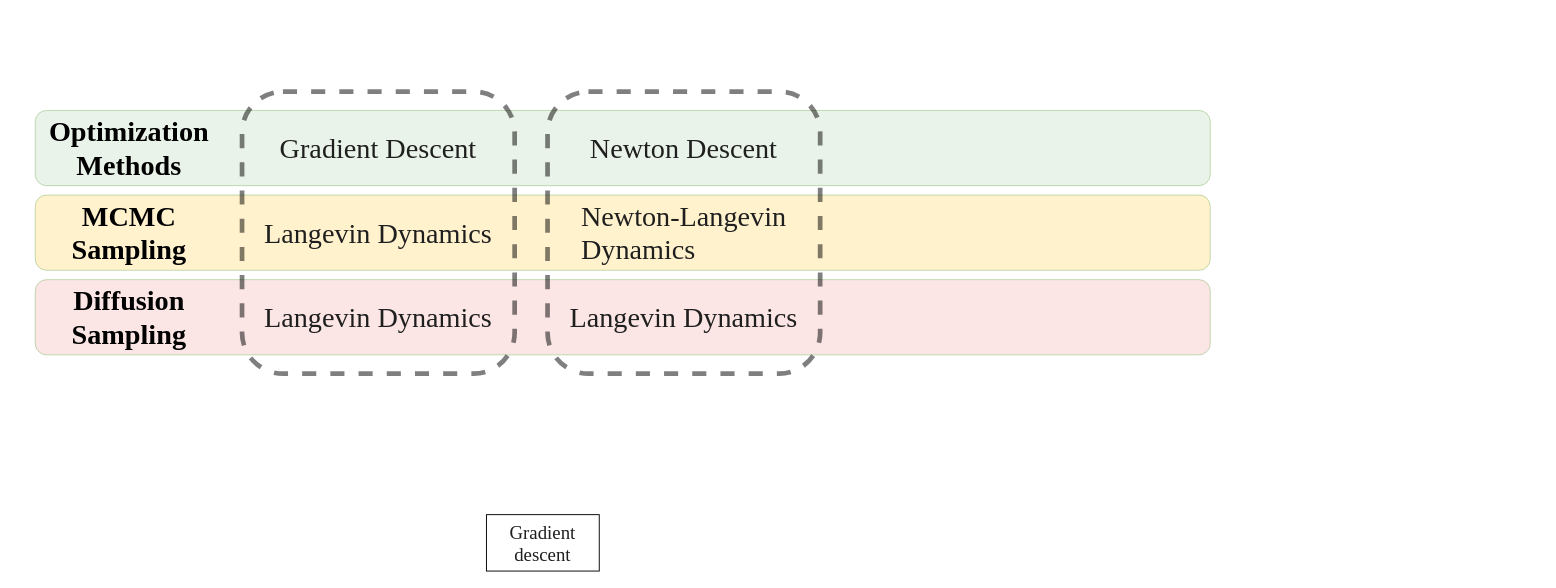
The draw.io diagram newton_algos.drawio in zituitui/drawio, before the edit. Source tidied: cells renumbered, new cells numbered last; positions are measured from the earlier drawing's top-left corner, leaving out a move shared by most shapes. Both pictures are drawn from the tidied source at 94%, with x=0, y=0 at pixel (35, 91).
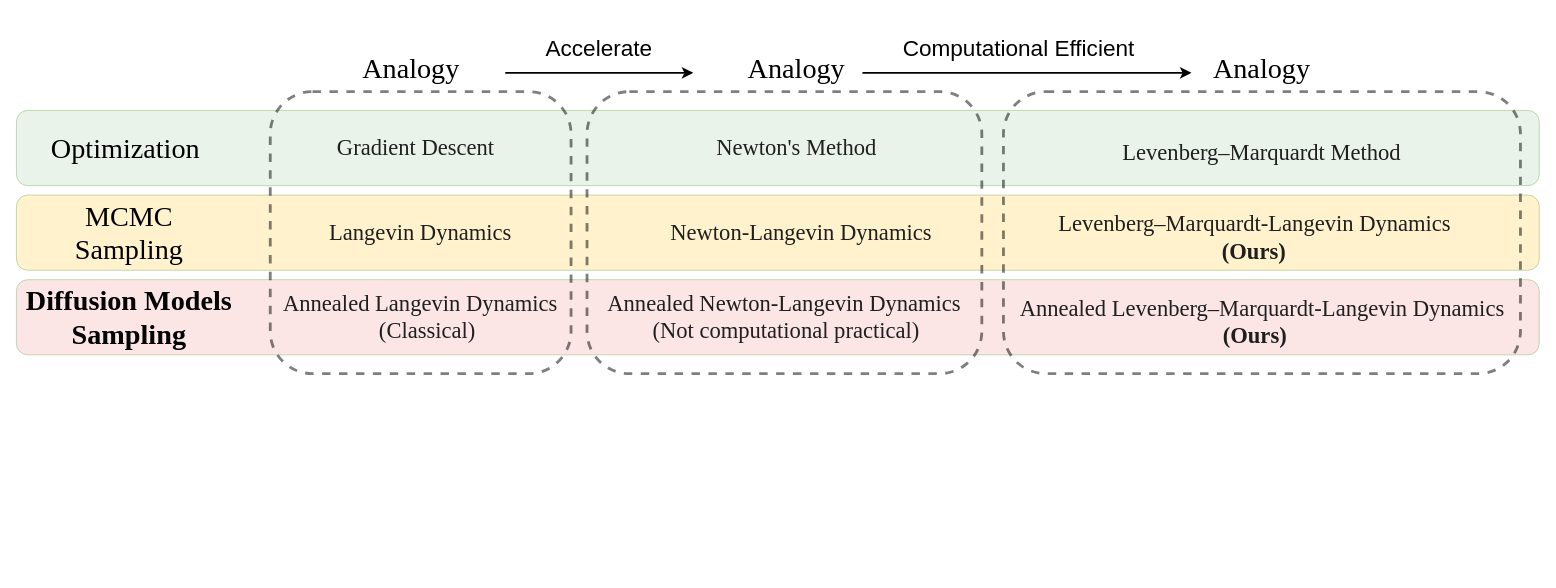
Above is the later version.

Diff of the diagram source:
```diff
@@
     <mxCell id="2" style="rounded=1;whiteSpace=wrap;html=1;fillColor=#d5e8d4;strokeColor=#82b366;opacity=50;" parent="1" vertex="1">
-      <mxGeometry y="20" width="1250" height="80" as="geometry" />
+      <mxGeometry x="-20" y="20" width="1620" height="80" as="geometry" />
     </mxCell>
     <mxCell id="3" style="rounded=1;whiteSpace=wrap;html=1;fillColor=#FFE599;strokeColor=#82b366;opacity=50;" parent="1" vertex="1">
-      <mxGeometry y="110" width="1250" height="80" as="geometry" />
+      <mxGeometry x="-20" y="110" width="1620" height="80" as="geometry" />
     </mxCell>
     <mxCell id="4" style="rounded=1;whiteSpace=wrap;html=1;fillColor=#F8CECC;strokeColor=#82b366;opacity=50;" parent="1" vertex="1">
-      <mxGeometry y="200" width="1250" height="80" as="geometry" />
+      <mxGeometry x="-20" y="200" width="1620" height="80" as="geometry" />
     </mxCell>
-    <mxCell id="5" style="rounded=1;whiteSpace=wrap;html=1;fillColor=none;strokeColor=#000000;opacity=50;dashed=1;strokeWidth=5;" parent="1" vertex="1">
-      <mxGeometry x="220" width="290" height="300" as="geometry" />
+    <mxCell id="5" style="rounded=1;whiteSpace=wrap;html=1;fillColor=none;strokeColor=#000000;opacity=50;dashed=1;strokeWidth=3;" parent="1" vertex="1">
+      <mxGeometry x="250" width="320" height="300" as="geometry" />
     </mxCell>
-    <mxCell id="6" value="&lt;font face=&quot;Times New Roman&quot; style=&quot;font-size: 30px;&quot;&gt;&lt;b&gt;Optimization Methods&lt;/b&gt;&lt;/font&gt;" style="text;html=1;align=center;verticalAlign=middle;whiteSpace=wrap;rounded=0;" parent="1" vertex="1">
+    <mxCell id="6" value="&lt;font face=&quot;Times New Roman&quot; style=&quot;font-size: 30px;&quot;&gt;Optimization&amp;nbsp;&lt;/font&gt;" style="text;html=1;align=center;verticalAlign=middle;whiteSpace=wrap;rounded=0;" parent="1" vertex="1">
       <mxGeometry x="70" y="25" width="60" height="70" as="geometry" />
     </mxCell>
-    <mxCell id="7" value="&lt;font face=&quot;Times New Roman&quot; style=&quot;font-size: 30px;&quot;&gt;&lt;b&gt;MCMC Sampling&lt;/b&gt;&lt;/font&gt;" style="text;html=1;align=center;verticalAlign=middle;whiteSpace=wrap;rounded=0;" parent="1" vertex="1">
+    <mxCell id="7" value="&lt;font face=&quot;Times New Roman&quot; style=&quot;font-size: 30px;&quot;&gt;MCMC Sampling&lt;/font&gt;" style="text;html=1;align=center;verticalAlign=middle;whiteSpace=wrap;rounded=0;" parent="1" vertex="1">
       <mxGeometry x="70" y="135" width="60" height="30" as="geometry" />
     </mxCell>
-    <mxCell id="8" value="&lt;font face=&quot;Times New Roman&quot; style=&quot;font-size: 30px;&quot;&gt;&lt;b&gt;Diffusion Sampling&lt;/b&gt;&lt;/font&gt;" style="text;html=1;align=center;verticalAlign=middle;whiteSpace=wrap;rounded=0;" parent="1" vertex="1">
-      <mxGeometry x="70" y="225" width="60" height="30" as="geometry" />
+    <mxCell id="8" value="&lt;font face=&quot;Times New Roman&quot; style=&quot;font-size: 30px;&quot;&gt;&lt;b&gt;Diffusion Models Sampling&lt;/b&gt;&lt;/font&gt;" style="text;html=1;align=center;verticalAlign=middle;whiteSpace=wrap;rounded=0;" parent="1" vertex="1">
+      <mxGeometry x="-20" y="225" width="240" height="30" as="geometry" />
     </mxCell>
-    <mxCell id="9" value="&lt;span style=&quot;color: rgb(31, 31, 31); font-size: 20px; text-align: left;&quot;&gt;&lt;font style=&quot;&quot; face=&quot;Times New Roman&quot;&gt;Gradient descent&lt;/font&gt;&lt;/span&gt;" style="rounded=0;whiteSpace=wrap;html=1;fillColor=none;labelBorderColor=none;" parent="1" vertex="1">
-      <mxGeometry x="480" y="450" width="120" height="60" as="geometry" />
-    </mxCell>
-    <mxCell id="10" value="&lt;span style=&quot;color: rgb(31, 31, 31); font-family: &amp;quot;Times New Roman&amp;quot;; text-align: left;&quot;&gt;&lt;font style=&quot;font-size: 30px;&quot;&gt;Gradient Descent&lt;/font&gt;&lt;/span&gt;" style="rounded=1;whiteSpace=wrap;html=1;fillColor=none;strokeColor=none;opacity=30;gradientColor=none;" parent="1" vertex="1">
-      <mxGeometry x="215" y="5" width="300" height="110" as="geometry" />
+    <mxCell id="10" value="&lt;span style=&quot;color: rgb(31, 31, 31); font-family: &amp;quot;Times New Roman&amp;quot;; text-align: left;&quot;&gt;&lt;font style=&quot;font-size: 24px;&quot;&gt;Gradient Descent&lt;/font&gt;&lt;/span&gt;" style="rounded=1;whiteSpace=wrap;html=1;fillColor=none;strokeColor=none;opacity=30;gradientColor=none;" parent="1" vertex="1">
+      <mxGeometry x="255" y="5" width="300" height="110" as="geometry" />
     </mxCell>
-    <mxCell id="11" value="&lt;div style=&quot;text-align: left;&quot;&gt;&lt;span style=&quot;background-color: initial; font-size: 30px;&quot;&gt;&lt;font face=&quot;Times New Roman&quot; color=&quot;#1f1f1f&quot;&gt;Langevin Dynamics&lt;/font&gt;&lt;/span&gt;&lt;/div&gt;" style="rounded=1;whiteSpace=wrap;html=1;fillColor=none;strokeColor=none;opacity=30;gradientColor=none;" parent="1" vertex="1">
-      <mxGeometry x="215" y="95" width="300" height="110" as="geometry" />
+    <mxCell id="11" value="&lt;div style=&quot;text-align: left;&quot;&gt;&lt;span style=&quot;background-color: initial;&quot;&gt;&lt;font style=&quot;font-size: 24px;&quot; face=&quot;Times New Roman&quot; color=&quot;#1f1f1f&quot;&gt;Langevin Dynamics&lt;/font&gt;&lt;/span&gt;&lt;/div&gt;" style="rounded=1;whiteSpace=wrap;html=1;fillColor=none;strokeColor=none;opacity=30;gradientColor=none;" parent="1" vertex="1">
+      <mxGeometry x="260" y="95" width="300" height="110" as="geometry" />
     </mxCell>
-    <mxCell id="12" value="&lt;div style=&quot;text-align: left;&quot;&gt;&lt;span style=&quot;background-color: initial; font-size: 30px;&quot;&gt;&lt;font face=&quot;Times New Roman&quot; color=&quot;#1f1f1f&quot;&gt;Langevin Dynamics&lt;/font&gt;&lt;/span&gt;&lt;/div&gt;" style="rounded=1;whiteSpace=wrap;html=1;fillColor=none;strokeColor=none;opacity=30;gradientColor=none;" parent="1" vertex="1">
-      <mxGeometry x="215" y="185" width="300" height="110" as="geometry" />
+    <mxCell id="12" value="&lt;div style=&quot;text-align: left;&quot;&gt;&lt;span style=&quot;background-color: initial;&quot;&gt;&lt;font style=&quot;font-size: 24px;&quot; face=&quot;Times New Roman&quot; color=&quot;#1f1f1f&quot;&gt;Annealed Langevin Dynamics&lt;/font&gt;&lt;/span&gt;&lt;/div&gt;&lt;div style=&quot;text-align: left;&quot;&gt;&lt;span style=&quot;background-color: initial;&quot;&gt;&lt;font style=&quot;font-size: 24px;&quot; face=&quot;Times New Roman&quot; color=&quot;#1f1f1f&quot;&gt;&amp;nbsp; &amp;nbsp; &amp;nbsp; &amp;nbsp; &amp;nbsp; &amp;nbsp; &amp;nbsp; &amp;nbsp; &amp;nbsp;(Classical)&lt;/font&gt;&lt;/span&gt;&lt;/div&gt;" style="rounded=1;whiteSpace=wrap;html=1;fillColor=none;strokeColor=none;opacity=30;gradientColor=none;" parent="1" vertex="1">
+      <mxGeometry x="260" y="185" width="300" height="110" as="geometry" />
     </mxCell>
-    <mxCell id="13" style="rounded=1;whiteSpace=wrap;html=1;fillColor=none;strokeColor=#000000;opacity=50;dashed=1;strokeWidth=5;" parent="1" vertex="1">
-      <mxGeometry x="545" width="290" height="300" as="geometry" />
+    <mxCell id="13" style="rounded=1;whiteSpace=wrap;html=1;fillColor=none;strokeColor=#000000;opacity=50;dashed=1;strokeWidth=3;" parent="1" vertex="1">
+      <mxGeometry x="587" width="420" height="300" as="geometry" />
     </mxCell>
-    <mxCell id="14" value="&lt;span style=&quot;color: rgb(31, 31, 31); font-family: &amp;quot;Times New Roman&amp;quot;; text-align: left;&quot;&gt;&lt;font style=&quot;font-size: 30px;&quot;&gt;Newton Descent&lt;/font&gt;&lt;/span&gt;" style="rounded=1;whiteSpace=wrap;html=1;fillColor=none;strokeColor=none;opacity=30;gradientColor=none;" parent="1" vertex="1">
-      <mxGeometry x="540" y="5" width="300" height="110" as="geometry" />
+    <mxCell id="14" value="&lt;span style=&quot;color: rgb(31, 31, 31); font-family: &amp;quot;Times New Roman&amp;quot;; text-align: left;&quot;&gt;&lt;font style=&quot;font-size: 24px;&quot;&gt;Newton's Method&lt;/font&gt;&lt;/span&gt;" style="rounded=1;whiteSpace=wrap;html=1;fillColor=none;strokeColor=none;opacity=30;gradientColor=none;" parent="1" vertex="1">
+      <mxGeometry x="660" y="5" width="300" height="110" as="geometry" />
     </mxCell>
-    <mxCell id="15" value="&lt;div style=&quot;text-align: left;&quot;&gt;&lt;span style=&quot;background-color: initial; font-size: 30px;&quot;&gt;&lt;font face=&quot;Times New Roman&quot; color=&quot;#1f1f1f&quot;&gt;Newton-Langevin Dynamics&lt;/font&gt;&lt;/span&gt;&lt;/div&gt;" style="rounded=1;whiteSpace=wrap;html=1;fillColor=none;strokeColor=none;opacity=30;gradientColor=none;" parent="1" vertex="1">
-      <mxGeometry x="580" y="95" width="300" height="110" as="geometry" />
+    <mxCell id="15" value="&lt;div style=&quot;text-align: left;&quot;&gt;&lt;span style=&quot;background-color: initial;&quot;&gt;&lt;font style=&quot;font-size: 24px;&quot; face=&quot;Times New Roman&quot; color=&quot;#1f1f1f&quot;&gt;Newton-Langevin Dynamics&lt;/font&gt;&lt;/span&gt;&lt;/div&gt;" style="rounded=1;whiteSpace=wrap;html=1;fillColor=none;strokeColor=none;opacity=30;gradientColor=none;" parent="1" vertex="1">
+      <mxGeometry x="635" y="95" width="360" height="110" as="geometry" />
     </mxCell>
-    <mxCell id="16" value="&lt;div style=&quot;text-align: left;&quot;&gt;&lt;span style=&quot;background-color: initial; font-size: 30px;&quot;&gt;&lt;font face=&quot;Times New Roman&quot; color=&quot;#1f1f1f&quot;&gt;Langevin Dynamics&lt;/font&gt;&lt;/span&gt;&lt;/div&gt;" style="rounded=1;whiteSpace=wrap;html=1;fillColor=none;strokeColor=none;opacity=30;gradientColor=none;" parent="1" vertex="1">
-      <mxGeometry x="540" y="185" width="300" height="110" as="geometry" />
+    <mxCell id="16" value="&lt;div style=&quot;text-align: left;&quot;&gt;&lt;span style=&quot;color: rgb(31, 31, 31); font-family: &amp;quot;Times New Roman&amp;quot;; font-size: 24px;&quot;&gt;Annealed Newton-Langevin Dynamics&lt;/span&gt;&lt;br&gt;&lt;/div&gt;&lt;div style=&quot;text-align: left;&quot;&gt;&lt;span style=&quot;color: rgb(31, 31, 31); font-family: &amp;quot;Times New Roman&amp;quot;; font-size: 24px;&quot;&gt;&amp;nbsp; &amp;nbsp; &amp;nbsp; &amp;nbsp; (Not computational practical)&lt;/span&gt;&lt;/div&gt;" style="rounded=1;whiteSpace=wrap;html=1;fillColor=none;strokeColor=none;opacity=30;gradientColor=none;" parent="1" vertex="1">
+      <mxGeometry x="607" y="185" width="380" height="110" as="geometry" />
     </mxCell>
+    <mxCell id="17" value="&lt;div style=&quot;text-align: left;&quot;&gt;&lt;span style=&quot;background-color: initial; font-size: 30px;&quot;&gt;&lt;font face=&quot;Times New Roman&quot;&gt;Analogy&lt;/font&gt;&lt;/span&gt;&lt;/div&gt;" style="rounded=1;whiteSpace=wrap;html=1;fillColor=none;strokeColor=none;opacity=30;gradientColor=none;" parent="1" vertex="1">
+      <mxGeometry x="250" y="-80" width="300" height="110" as="geometry" />
+    </mxCell>
+    <mxCell id="18" value="&lt;div style=&quot;text-align: left;&quot;&gt;&lt;span style=&quot;background-color: initial; font-size: 30px;&quot;&gt;&lt;font face=&quot;Times New Roman&quot;&gt;Analogy&lt;/font&gt;&lt;/span&gt;&lt;/div&gt;" style="rounded=1;whiteSpace=wrap;html=1;fillColor=none;strokeColor=none;opacity=30;gradientColor=none;" parent="1" vertex="1">
+      <mxGeometry x="660" y="-80" width="300" height="110" as="geometry" />
+    </mxCell>
+    <mxCell id="19" style="rounded=1;whiteSpace=wrap;html=1;fillColor=none;strokeColor=#000000;opacity=50;dashed=1;strokeWidth=3;" parent="1" vertex="1">
+      <mxGeometry x="1030" width="550" height="300" as="geometry" />
+    </mxCell>
+    <mxCell id="20" value="&lt;span style=&quot;text-align: left;&quot;&gt;&lt;font style=&quot;&quot;&gt;&lt;font face=&quot;Times New Roman&quot; color=&quot;#1f1f1f&quot;&gt;&lt;span style=&quot;font-size: 24px;&quot;&gt;Levenberg–Marquardt&amp;nbsp;Method&lt;/span&gt;&lt;/font&gt;&lt;/font&gt;&lt;/span&gt;" style="rounded=1;whiteSpace=wrap;html=1;fillColor=none;strokeColor=none;opacity=30;gradientColor=none;" parent="1" vertex="1">
+      <mxGeometry x="1140" y="10" width="330" height="110" as="geometry" />
+    </mxCell>
+    <mxCell id="21" value="&lt;div style=&quot;text-align: left;&quot;&gt;&lt;span style=&quot;color: rgb(31, 31, 31); font-family: &amp;quot;Times New Roman&amp;quot;; font-size: 24px; background-color: initial;&quot;&gt;Levenberg–Marquardt&lt;/span&gt;&lt;span style=&quot;background-color: initial;&quot;&gt;&lt;font style=&quot;font-size: 24px;&quot; face=&quot;Times New Roman&quot; color=&quot;#1f1f1f&quot;&gt;-Langevin Dynamics&lt;/font&gt;&lt;/span&gt;&lt;/div&gt;&lt;div style=&quot;text-align: left;&quot;&gt;&lt;span style=&quot;background-color: initial;&quot;&gt;&lt;font style=&quot;font-size: 24px;&quot; face=&quot;Times New Roman&quot; color=&quot;#1f1f1f&quot;&gt;&amp;nbsp; &amp;nbsp; &amp;nbsp; &amp;nbsp; &amp;nbsp; &amp;nbsp; &amp;nbsp; &amp;nbsp; &amp;nbsp; &amp;nbsp; &amp;nbsp; &amp;nbsp; &amp;nbsp; &amp;nbsp; &amp;nbsp;&lt;b&gt;(Ours)&lt;/b&gt;&lt;/font&gt;&lt;/span&gt;&lt;/div&gt;" style="rounded=1;whiteSpace=wrap;html=1;fillColor=none;strokeColor=none;opacity=30;gradientColor=none;" parent="1" vertex="1">
+      <mxGeometry x="1085" y="100" width="425" height="110" as="geometry" />
+    </mxCell>
+    <mxCell id="22" value="&lt;div style=&quot;text-align: left;&quot;&gt;&lt;span style=&quot;color: rgb(31, 31, 31); font-family: &amp;quot;Times New Roman&amp;quot;; font-size: 24px;&quot;&gt;Annealed&amp;nbsp;&lt;/span&gt;&lt;span style=&quot;background-color: initial; color: rgb(31, 31, 31); font-family: &amp;quot;Times New Roman&amp;quot;; font-size: 24px;&quot;&gt;Levenberg–Marquardt&lt;/span&gt;&lt;span style=&quot;background-color: initial;&quot;&gt;&lt;font style=&quot;font-size: 24px;&quot; face=&quot;Times New Roman&quot; color=&quot;#1f1f1f&quot;&gt;-Langevin&lt;/font&gt;&lt;/span&gt;&lt;span style=&quot;color: rgb(31, 31, 31); font-family: &amp;quot;Times New Roman&amp;quot;; font-size: 24px;&quot;&gt;&amp;nbsp;Dynamics&lt;/span&gt;&lt;br&gt;&lt;/div&gt;&lt;div style=&quot;text-align: left;&quot;&gt;&lt;span style=&quot;color: rgb(31, 31, 31); font-family: &amp;quot;Times New Roman&amp;quot;; font-size: 24px;&quot;&gt;&amp;nbsp; &amp;nbsp; &amp;nbsp; &amp;nbsp; &amp;nbsp; &amp;nbsp; &amp;nbsp; &amp;nbsp; &amp;nbsp; &amp;nbsp; &amp;nbsp; &amp;nbsp; &amp;nbsp; &amp;nbsp; &amp;nbsp; &amp;nbsp; &amp;nbsp; &amp;nbsp; &lt;b&gt;(&lt;/b&gt;&lt;/span&gt;&lt;b&gt;&lt;span style=&quot;color: rgb(31, 31, 31); font-family: &amp;quot;Times New Roman&amp;quot;; font-size: 24px;&quot;&gt;Ours&lt;/span&gt;&lt;span style=&quot;color: rgb(31, 31, 31); font-family: &amp;quot;Times New Roman&amp;quot;; font-size: 24px;&quot;&gt;)&lt;/span&gt;&lt;/b&gt;&lt;/div&gt;" style="rounded=1;whiteSpace=wrap;html=1;fillColor=none;strokeColor=none;opacity=30;gradientColor=none;" parent="1" vertex="1">
+      <mxGeometry x="1037.5" y="190" width="535" height="110" as="geometry" />
+    </mxCell>
+    <mxCell id="23" value="&lt;div style=&quot;text-align: left;&quot;&gt;&lt;span style=&quot;background-color: initial; font-size: 30px;&quot;&gt;&lt;font face=&quot;Times New Roman&quot;&gt;Analogy&lt;/font&gt;&lt;/span&gt;&lt;/div&gt;" style="rounded=1;whiteSpace=wrap;html=1;fillColor=none;strokeColor=none;opacity=30;gradientColor=none;" parent="1" vertex="1">
+      <mxGeometry x="1155" y="-80" width="300" height="110" as="geometry" />
+    </mxCell>
+    <mxCell id="24" style="endArrow=classic;html=1;rounded=0;strokeWidth=2;" parent="1" edge="1">
+      <mxGeometry relative="1" as="geometry">
+        <mxPoint x="500" y="-20" as="sourcePoint" />
+        <mxPoint x="700" y="-20" as="targetPoint" />
+      </mxGeometry>
+    </mxCell>
+    <mxCell id="25" style="endArrow=classic;html=1;rounded=0;strokeWidth=2;" parent="1" edge="1">
+      <mxGeometry relative="1" as="geometry">
+        <mxPoint x="880" y="-20" as="sourcePoint" />
+        <mxPoint x="1230" y="-20" as="targetPoint" />
+      </mxGeometry>
+    </mxCell>
+    <mxCell id="26" value="&lt;font style=&quot;font-size: 24px;&quot;&gt;Accelerate&lt;/font&gt;" style="text;html=1;align=center;verticalAlign=middle;whiteSpace=wrap;rounded=0;" parent="1" vertex="1">
+      <mxGeometry x="570" y="-60" width="60" height="30" as="geometry" />
+    </mxCell>
+    <mxCell id="27" value="&lt;font style=&quot;font-size: 24px;&quot;&gt;Computational Efficient&lt;/font&gt;" style="text;html=1;align=center;verticalAlign=middle;whiteSpace=wrap;rounded=0;" parent="1" vertex="1">
+      <mxGeometry x="900" y="-60" width="293" height="30" as="geometry" />
+    </mxCell>
```
